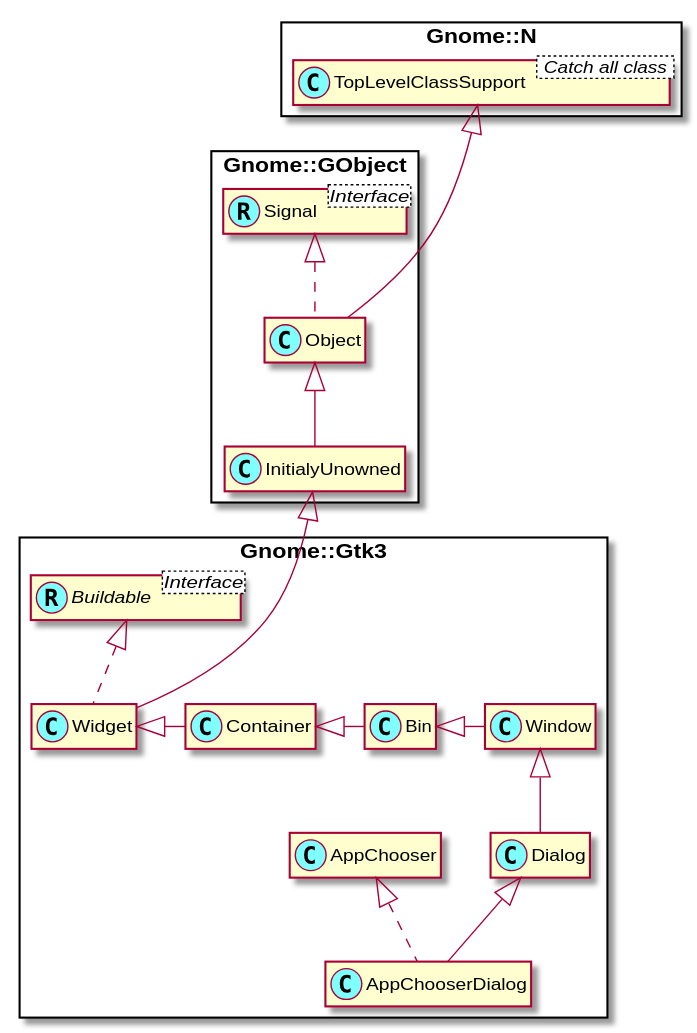
Above: docs/content-docs/reference/Gtk3/plantuml/AppChooserDialog.svg in MARTIMM/gnome-gtk3 (PlantUML), before the change.
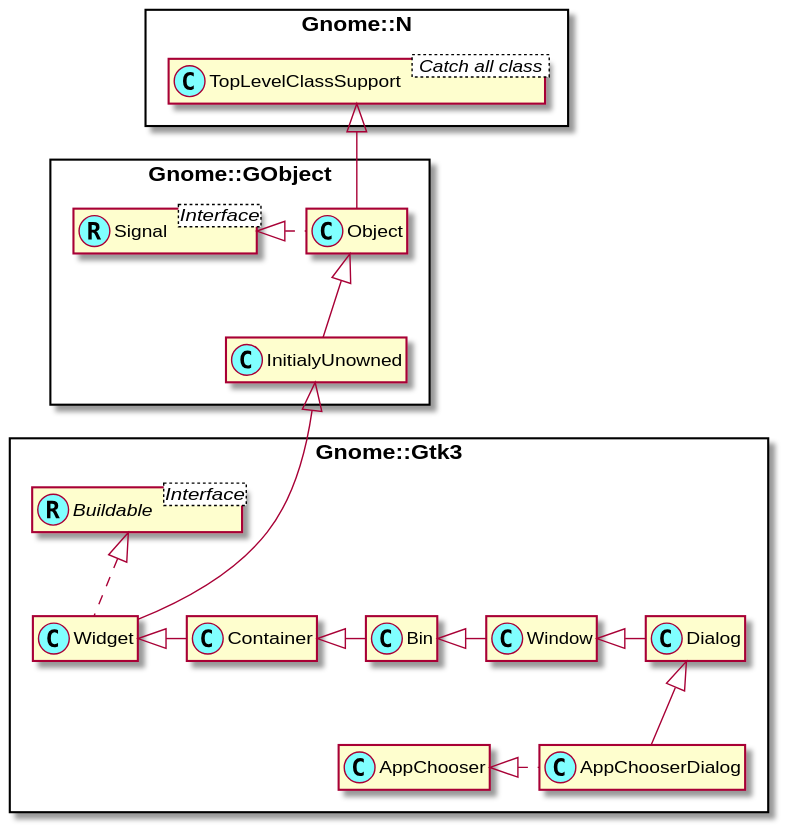
The same diagram one commit later.

Commit message:
new modules with dependencies on the AppChooser

Change to the diagram source:
```diff
@@ -15,20 +15,20 @@
 
 
 
-Gnome::N::TopLevelClassSupport <|--- Gnome::GObject::Object
+Gnome::N::TopLevelClassSupport <|-- Gnome::GObject::Object
 Gnome::GObject::Object <|-- Gnome::GObject::InitialyUnowned
-Gnome::GObject::Signal <|.. Gnome::GObject::Object
+Gnome::GObject::Signal <|. Gnome::GObject::Object
 
 Gnome::GObject::InitialyUnowned <|--- Gnome::Gtk3::Widget
+Gnome::Gtk3::Buildable <|.. Gnome::Gtk3::Widget
 
 Gnome::Gtk3::Widget <|- Gnome::Gtk3::Container
 Gnome::Gtk3::Container <|- Gnome::Gtk3::Bin
 Gnome::Gtk3::Bin <|- Gnome::Gtk3::Window
-Gnome::Gtk3::Window <|-- Gnome::Gtk3::Dialog
+Gnome::Gtk3::Window <|- Gnome::Gtk3::Dialog
 
 Gnome::Gtk3::Dialog <|-- Gnome::Gtk3::AppChooserDialog
+Gnome::Gtk3::AppChooser <|. Gnome::Gtk3::AppChooserDialog
 
-Gnome::Gtk3::Buildable <|.. Gnome::Gtk3::Widget
-Gnome::Gtk3::AppChooser <|.. Gnome::Gtk3::AppChooserDialog
 
 @enduml
```
